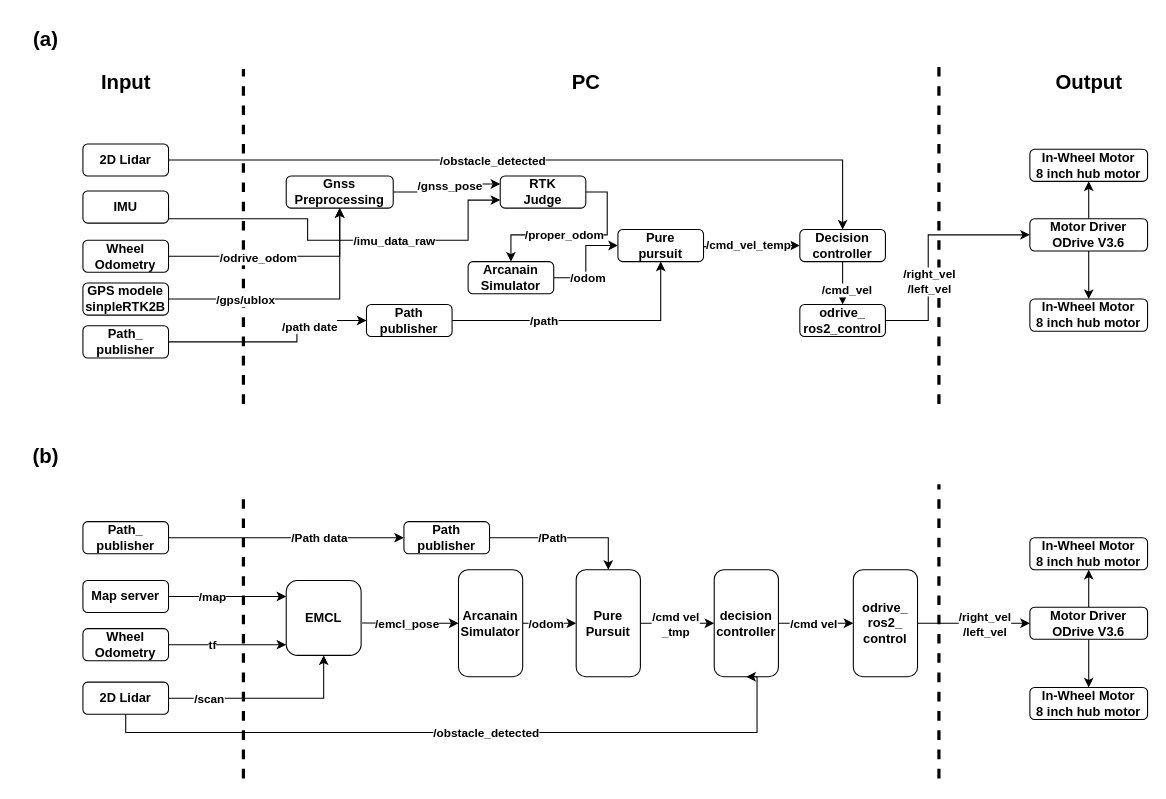
Earlier version of the draw.io diagram GNSS_EMCL.drawio (Arcanain/system_architecture). Source tidied: cells renumbered, new cells numbered last; positions are measured from the earlier drawing's top-left corner, leaving out a move shared by most shapes. Both pictures are drawn from the tidied source at 107%, with x=0, y=0 at pixel (18, 18).
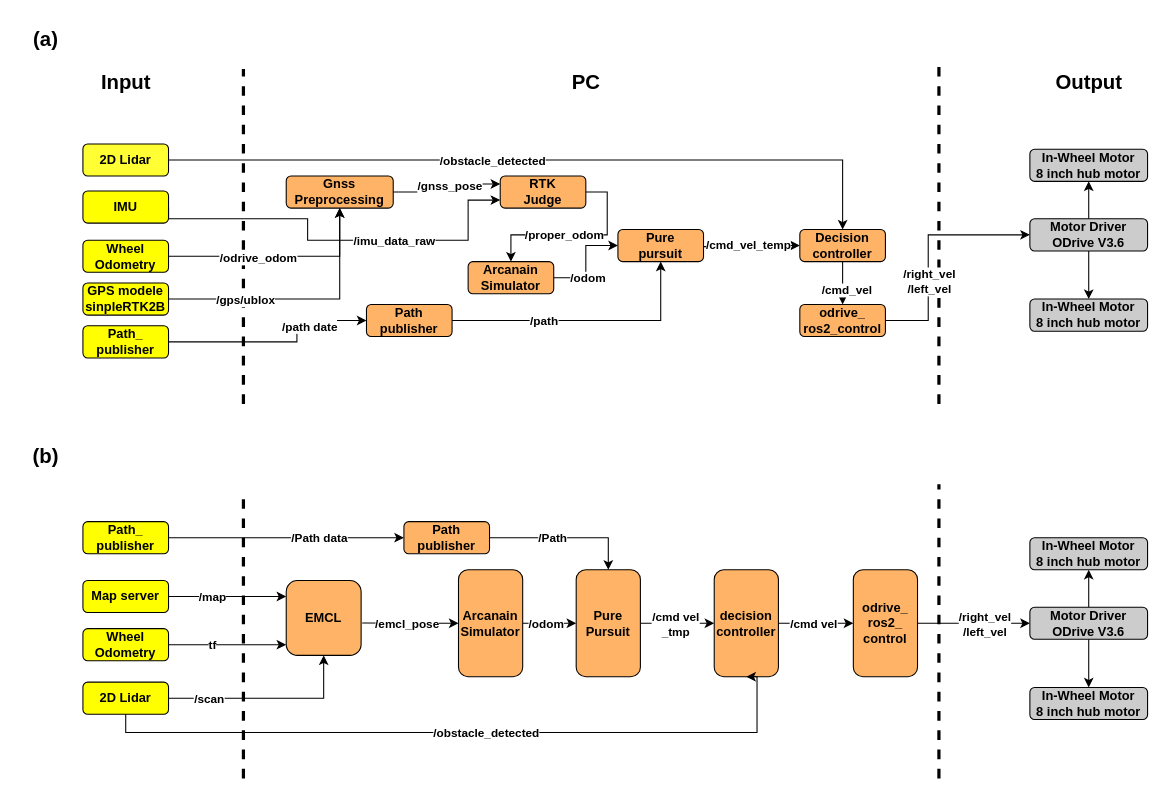
The same diagram, later.

Diff of the diagram source:
```diff
@@
-    <mxCell id="4" value="2D Lidar" style="rounded=1;whiteSpace=wrap;html=1;fontStyle=1;" parent="1" vertex="1">
+    <mxCell id="4" value="2D Lidar" style="rounded=1;whiteSpace=wrap;html=1;fontStyle=1;fillColor=#FFFF33;" parent="1" vertex="1">
       <mxGeometry x="60" y="117" width="80" height="30" as="geometry" />
     </mxCell>
-    <mxCell id="5" value="GPS modele&lt;div&gt;sinpleRTK2B&lt;/div&gt;" style="rounded=1;whiteSpace=wrap;html=1;fontStyle=1;" parent="1" vertex="1">
+    <mxCell id="5" value="GPS modele&lt;div&gt;sinpleRTK2B&lt;/div&gt;" style="rounded=1;whiteSpace=wrap;html=1;fontStyle=1;fillColor=#FFFF00;" parent="1" vertex="1">
       <mxGeometry x="60" y="247" width="80" height="30" as="geometry" />
     </mxCell>
-    <mxCell id="6" value="Path_&lt;div&gt;publisher&lt;/div&gt;" style="rounded=1;whiteSpace=wrap;html=1;fontStyle=1;" parent="1" vertex="1">
+    <mxCell id="6" value="Path_&lt;div&gt;publisher&lt;/div&gt;" style="rounded=1;whiteSpace=wrap;html=1;fontStyle=1;fillColor=#FFFF00;" parent="1" vertex="1">
       <mxGeometry x="60" y="287" width="80" height="30" as="geometry" />
     </mxCell>
-    <mxCell id="7" value="IMU" style="rounded=1;whiteSpace=wrap;html=1;fontStyle=1;" parent="1" vertex="1">
+    <mxCell id="7" value="IMU" style="rounded=1;whiteSpace=wrap;html=1;fontStyle=1;fillColor=#FFFF00;" parent="1" vertex="1">
       <mxGeometry x="60" y="161" width="80" height="30" as="geometry" />
     </mxCell>
-    <mxCell id="8" value="Wheel&lt;div&gt;Odometry&lt;/div&gt;" style="rounded=1;whiteSpace=wrap;html=1;fontStyle=1;" parent="1" vertex="1">
+    <mxCell id="8" value="Wheel&lt;div&gt;Odometry&lt;/div&gt;" style="rounded=1;whiteSpace=wrap;html=1;fontStyle=1;fillColor=#FFFF00;" parent="1" vertex="1">
       <mxGeometry x="60" y="207" width="80" height="30" as="geometry" />
     </mxCell>
@@
-    <mxCell id="11" value="Gnss&lt;div&gt;Preprocessing&lt;/div&gt;" style="rounded=1;whiteSpace=wrap;html=1;fontStyle=1;" parent="1" vertex="1">
+    <mxCell id="11" value="Gnss&lt;div&gt;Preprocessing&lt;/div&gt;" style="rounded=1;whiteSpace=wrap;html=1;fontStyle=1;fillColor=#FFB366;" parent="1" vertex="1">
       <mxGeometry x="250" y="147" width="100" height="30" as="geometry" />
     </mxCell>
@@
-    <mxCell id="14" value="RTK&lt;div&gt;Judge&lt;/div&gt;" style="rounded=1;whiteSpace=wrap;html=1;fontStyle=1;" parent="1" vertex="1">
+    <mxCell id="14" value="RTK&lt;div&gt;Judge&lt;/div&gt;" style="rounded=1;whiteSpace=wrap;html=1;fontStyle=1;fillColor=#FFB366;" parent="1" vertex="1">
       <mxGeometry x="450" y="147" width="80" height="30" as="geometry" />
     </mxCell>
@@
-    <mxCell id="17" value="Path&lt;div&gt;publisher&lt;/div&gt;" style="rounded=1;whiteSpace=wrap;html=1;fontStyle=1;" parent="1" vertex="1">
+    <mxCell id="17" value="Path&lt;div&gt;publisher&lt;/div&gt;" style="rounded=1;whiteSpace=wrap;html=1;fontStyle=1;fillColor=#FFB366;" parent="1" vertex="1">
       <mxGeometry x="325" y="267" width="80" height="30" as="geometry" />
     </mxCell>
@@
-    <mxCell id="20" value="Arcanain&lt;div&gt;Simulator&lt;/div&gt;" style="rounded=1;whiteSpace=wrap;html=1;fontStyle=1;" parent="1" vertex="1">
+    <mxCell id="20" value="Arcanain&lt;div&gt;Simulator&lt;/div&gt;" style="rounded=1;whiteSpace=wrap;html=1;fontStyle=1;fillColor=#FFB366;" parent="1" vertex="1">
       <mxGeometry x="420" y="227" width="80" height="30" as="geometry" />
     </mxCell>
@@
-    <mxCell id="22" value="Pure&lt;div&gt;pursuit&lt;/div&gt;" style="rounded=1;whiteSpace=wrap;html=1;fontStyle=1;" parent="1" vertex="1">
+    <mxCell id="22" value="Pure&lt;div&gt;pursuit&lt;/div&gt;" style="rounded=1;whiteSpace=wrap;html=1;fontStyle=1;fillColor=#FFB366;" parent="1" vertex="1">
       <mxGeometry x="560" y="197" width="80" height="30" as="geometry" />
     </mxCell>
@@
-    <mxCell id="25" value="Decision&lt;div&gt;controller&lt;/div&gt;" style="rounded=1;whiteSpace=wrap;html=1;fontStyle=1;" parent="1" vertex="1">
+    <mxCell id="25" value="Decision&lt;div&gt;controller&lt;/div&gt;" style="rounded=1;whiteSpace=wrap;html=1;fontStyle=1;fillColor=#FFB366;" parent="1" vertex="1">
       <mxGeometry x="730" y="197" width="80" height="30" as="geometry" />
     </mxCell>
-    <mxCell id="26" value="odrive_&lt;div&gt;ros2_control&lt;/div&gt;" style="rounded=1;whiteSpace=wrap;html=1;fontStyle=1;" parent="1" vertex="1">
+    <mxCell id="26" value="odrive_&lt;div&gt;ros2_control&lt;/div&gt;" style="rounded=1;whiteSpace=wrap;html=1;fontStyle=1;fillColor=#FFB366;" parent="1" vertex="1">
       <mxGeometry x="730" y="267" width="80" height="30" as="geometry" />
     </mxCell>
-    <mxCell id="27" value="In-Wheel Motor&lt;div&gt;8 inch hub motor&lt;/div&gt;" style="rounded=1;whiteSpace=wrap;html=1;fontStyle=1;" parent="1" vertex="1">
+    <mxCell id="27" value="In-Wheel Motor&lt;div&gt;8 inch hub motor&lt;/div&gt;" style="rounded=1;whiteSpace=wrap;html=1;fontStyle=1;fillColor=#CCCCCC;" parent="1" vertex="1">
       <mxGeometry x="945" y="122" width="110" height="30" as="geometry" />
     </mxCell>
@@
-    <mxCell id="30" value="Motor Driver&lt;div&gt;ODrive V3.6&lt;/div&gt;" style="rounded=1;whiteSpace=wrap;html=1;fontStyle=1;" parent="1" vertex="1">
+    <mxCell id="30" value="Motor Driver&lt;div&gt;ODrive V3.6&lt;/div&gt;" style="rounded=1;whiteSpace=wrap;html=1;fontStyle=1;fillColor=#CCCCCC;" parent="1" vertex="1">
       <mxGeometry x="945" y="187" width="110" height="30" as="geometry" />
     </mxCell>
-    <mxCell id="31" value="In-Wheel Motor&lt;div&gt;8 inch hub motor&lt;/div&gt;" style="rounded=1;whiteSpace=wrap;html=1;fontStyle=1;" parent="1" vertex="1">
+    <mxCell id="31" value="In-Wheel Motor&lt;div&gt;8 inch hub motor&lt;/div&gt;" style="rounded=1;whiteSpace=wrap;html=1;fontStyle=1;fillColor=#CCCCCC;" parent="1" vertex="1">
       <mxGeometry x="945" y="262" width="110" height="30" as="geometry" />
     </mxCell>
@@
-    <mxCell id="51" value="2D Lidar" style="rounded=1;whiteSpace=wrap;html=1;fontStyle=1;" parent="1" vertex="1">
+    <mxCell id="51" value="2D Lidar" style="rounded=1;whiteSpace=wrap;html=1;fontStyle=1;fillColor=#FFFF00;" parent="1" vertex="1">
       <mxGeometry x="60" y="620" width="80" height="30" as="geometry" />
     </mxCell>
@@
-    <mxCell id="53" value="Path_&lt;div&gt;publisher&lt;/div&gt;" style="rounded=1;whiteSpace=wrap;html=1;fontStyle=1;" parent="1" vertex="1">
+    <mxCell id="53" value="Path_&lt;div&gt;publisher&lt;/div&gt;" style="rounded=1;whiteSpace=wrap;html=1;fontStyle=1;fillColor=#FFFF00;" parent="1" vertex="1">
       <mxGeometry x="60" y="470" width="80" height="30" as="geometry" />
     </mxCell>
@@
-    <mxCell id="55" value="Map server" style="rounded=1;whiteSpace=wrap;html=1;fontStyle=1;" parent="1" vertex="1">
+    <mxCell id="55" value="Map server" style="rounded=1;whiteSpace=wrap;html=1;fontStyle=1;fillColor=#FFFF00;" parent="1" vertex="1">
       <mxGeometry x="60" y="525" width="80" height="30" as="geometry" />
     </mxCell>
@@
-    <mxCell id="57" value="Wheel&lt;div&gt;Odometry&lt;/div&gt;" style="rounded=1;whiteSpace=wrap;html=1;fontStyle=1;" parent="1" vertex="1">
+    <mxCell id="57" value="Wheel&lt;div&gt;Odometry&lt;/div&gt;" style="rounded=1;whiteSpace=wrap;html=1;fontStyle=1;fillColor=#FFFF00;" parent="1" vertex="1">
       <mxGeometry x="60" y="570" width="80" height="30" as="geometry" />
     </mxCell>
-    <mxCell id="58" value="EMCL" style="rounded=1;whiteSpace=wrap;html=1;fontStyle=1;" parent="1" vertex="1">
+    <mxCell id="58" value="EMCL" style="rounded=1;whiteSpace=wrap;html=1;fontStyle=1;fillColor=#FFB366;" parent="1" vertex="1">
       <mxGeometry x="250" y="525" width="70" height="70" as="geometry" />
     </mxCell>
-    <mxCell id="59" value="Path&lt;div&gt;publisher&lt;/div&gt;" style="rounded=1;whiteSpace=wrap;html=1;fontStyle=1;" parent="1" vertex="1">
+    <mxCell id="59" value="Path&lt;div&gt;publisher&lt;/div&gt;" style="rounded=1;whiteSpace=wrap;html=1;fontStyle=1;fillColor=#FFB366;" parent="1" vertex="1">
       <mxGeometry x="360" y="470" width="80" height="30" as="geometry" />
     </mxCell>
@@
-    <mxCell id="61" value="Arcanain&lt;br&gt;Simulator" style="rounded=1;whiteSpace=wrap;html=1;fontStyle=1;" parent="1" vertex="1">
+    <mxCell id="61" value="Arcanain&lt;br&gt;Simulator" style="rounded=1;whiteSpace=wrap;html=1;fontStyle=1;fillColor=#FFB366;" parent="1" vertex="1">
       <mxGeometry x="411" y="515" width="60" height="100" as="geometry" />
     </mxCell>
@@
-    <mxCell id="63" value="Pure Pursuit" style="rounded=1;whiteSpace=wrap;html=1;fontStyle=1;" parent="1" vertex="1">
+    <mxCell id="63" value="Pure Pursuit" style="rounded=1;whiteSpace=wrap;html=1;fontStyle=1;fillColor=#FFB366;" parent="1" vertex="1">
       <mxGeometry x="521" y="515" width="60" height="100" as="geometry" />
     </mxCell>
@@
-    <mxCell id="65" value="decision&lt;div&gt;controller&lt;/div&gt;" style="rounded=1;whiteSpace=wrap;html=1;fontStyle=1;" parent="1" vertex="1">
+    <mxCell id="65" value="decision&lt;div&gt;controller&lt;/div&gt;" style="rounded=1;whiteSpace=wrap;html=1;fontStyle=1;fillColor=#FFB366;" parent="1" vertex="1">
       <mxGeometry x="650" y="515" width="60" height="100" as="geometry" />
     </mxCell>
@@
-    <mxCell id="67" value="odrive_&lt;div&gt;ros2_&lt;br&gt;control&lt;/div&gt;" style="rounded=1;whiteSpace=wrap;html=1;fontStyle=1;" parent="1" vertex="1">
+    <mxCell id="67" value="odrive_&lt;div&gt;ros2_&lt;br&gt;control&lt;/div&gt;" style="rounded=1;whiteSpace=wrap;html=1;fontStyle=1;fillColor=#FFB366;" parent="1" vertex="1">
       <mxGeometry x="780" y="515" width="60" height="100" as="geometry" />
     </mxCell>
-    <mxCell id="68" value="In-Wheel Motor&lt;div&gt;8 inch hub motor&lt;/div&gt;" style="rounded=1;whiteSpace=wrap;html=1;fontStyle=1;" parent="1" vertex="1">
+    <mxCell id="68" value="In-Wheel Motor&lt;div&gt;8 inch hub motor&lt;/div&gt;" style="rounded=1;whiteSpace=wrap;html=1;fontStyle=1;fillColor=#CCCCCC;" parent="1" vertex="1">
       <mxGeometry x="945" y="485" width="110" height="30" as="geometry" />
     </mxCell>
@@
-    <mxCell id="71" value="Motor Driver&lt;div&gt;ODrive V3.6&lt;/div&gt;" style="rounded=1;whiteSpace=wrap;html=1;fontStyle=1;" parent="1" vertex="1">
+    <mxCell id="71" value="Motor Driver&lt;div&gt;ODrive V3.6&lt;/div&gt;" style="rounded=1;whiteSpace=wrap;html=1;fontStyle=1;fillColor=#CCCCCC;" parent="1" vertex="1">
       <mxGeometry x="945" y="550" width="110" height="30" as="geometry" />
     </mxCell>
-    <mxCell id="72" value="In-Wheel Motor&lt;div&gt;8 inch hub motor&lt;/div&gt;" style="rounded=1;whiteSpace=wrap;html=1;fontStyle=1;" parent="1" vertex="1">
+    <mxCell id="72" value="In-Wheel Motor&lt;div&gt;8 inch hub motor&lt;/div&gt;" style="rounded=1;whiteSpace=wrap;html=1;fontStyle=1;fillColor=#CCCCCC;" parent="1" vertex="1">
       <mxGeometry x="945" y="625" width="110" height="30" as="geometry" />
     </mxCell>
```
